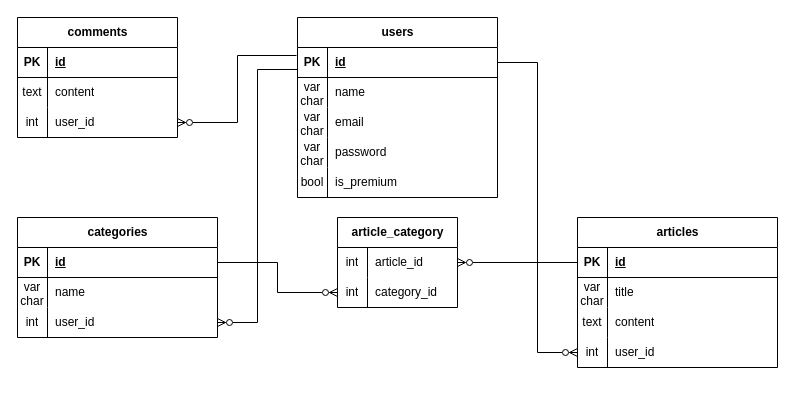
The draw.io diagram weblog-database.drawio in LeggyBoiTim/laravel-weblog, before the edit. Source tidied: cells renumbered, new cells numbered last; positions are measured from the earlier drawing's top-left corner, leaving out a move shared by most shapes. Both pictures are drawn from the tidied source at 100%, with x=0, y=0 at pixel (17, 17).
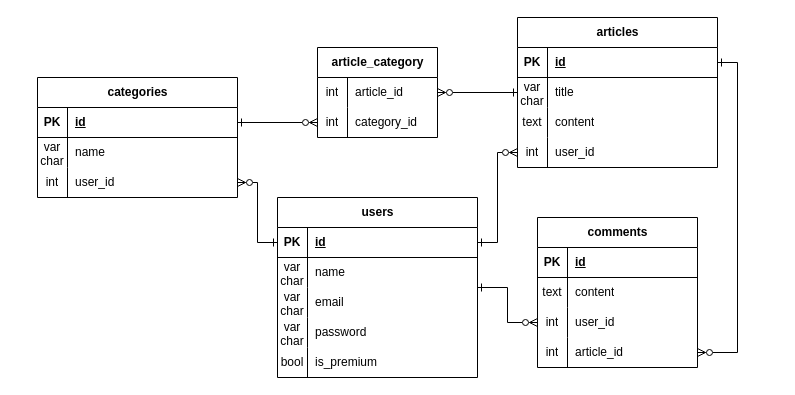
After the change.

Unchanged cells that the change refers to:
```xml
<mxCell id="3" style="shape=tableRow;horizontal=0;startSize=0;swimlaneHead=0;swimlaneBody=0;fillColor=none;points=[[0,0.5],[1,0.5]];portConstraint=eastwest;top=0;left=0;right=0;bottom=1;" parent="2" vertex="1">
  <mxGeometry y="30" width="200" height="30" as="geometry" />
</mxCell>
<mxCell id="19" style="shape=tableRow;horizontal=0;startSize=0;swimlaneHead=0;swimlaneBody=0;fillColor=none;points=[[0,0.5],[1,0.5]];portConstraint=eastwest;top=0;left=0;right=0;bottom=1;" parent="18" vertex="1">
  <mxGeometry y="30" width="200" height="30" as="geometry" />
</mxCell>
<mxCell id="28" style="shape=tableRow;horizontal=0;startSize=0;swimlaneHead=0;swimlaneBody=0;fillColor=none;points=[[0,0.5],[1,0.5]];portConstraint=eastwest;top=0;left=0;right=0;bottom=0;" parent="18" vertex="1">
  <mxGeometry y="120" width="200" height="30" as="geometry" />
</mxCell>
<mxCell id="32" style="shape=tableRow;horizontal=0;startSize=0;swimlaneHead=0;swimlaneBody=0;fillColor=none;points=[[0,0.5],[1,0.5]];portConstraint=eastwest;top=0;left=0;right=0;bottom=1;" parent="31" vertex="1">
  <mxGeometry y="30" width="200" height="30" as="geometry" />
</mxCell>
<mxCell id="38" style="shape=tableRow;horizontal=0;startSize=0;swimlaneHead=0;swimlaneBody=0;fillColor=none;points=[[0,0.5],[1,0.5]];portConstraint=eastwest;top=0;left=0;right=0;bottom=0;" parent="31" vertex="1">
  <mxGeometry y="90" width="200" height="30" as="geometry" />
</mxCell>
<mxCell id="48" style="shape=tableRow;horizontal=0;startSize=0;swimlaneHead=0;swimlaneBody=0;fillColor=none;points=[[0,0.5],[1,0.5]];portConstraint=eastwest;top=0;left=0;right=0;bottom=0;" parent="41" vertex="1">
  <mxGeometry y="90" width="160" height="30" as="geometry" />
</mxCell>
<mxCell id="55" style="shape=tableRow;horizontal=0;startSize=0;swimlaneHead=0;swimlaneBody=0;fillColor=none;points=[[0,0.5],[1,0.5]];portConstraint=eastwest;top=0;left=0;right=0;bottom=0;" parent="54" vertex="1">
  <mxGeometry y="30" width="120" height="30" as="geometry" />
</mxCell>
<mxCell id="58" style="shape=tableRow;horizontal=0;startSize=0;swimlaneHead=0;swimlaneBody=0;fillColor=none;points=[[0,0.5],[1,0.5]];portConstraint=eastwest;top=0;left=0;right=0;bottom=0;" parent="54" vertex="1">
  <mxGeometry y="60" width="120" height="30" as="geometry" />
</mxCell>
```

The edit, as a diff of the source:
```diff
@@
     <mxCell id="2" value="users" style="shape=table;startSize=30;childLayout=tableLayout;rowLines=0;fontStyle=1;align=center;html=1;" parent="1" vertex="1">
-      <mxGeometry x="280" width="200" height="180" as="geometry" />
+      <mxGeometry x="260" y="180" width="200" height="180" as="geometry" />
     </mxCell>
@@
     <mxCell id="18" value="articles" style="shape=table;startSize=30;childLayout=tableLayout;rowLines=0;fontStyle=1;align=center;html=1;" parent="1" vertex="1">
-      <mxGeometry x="560" y="200" width="200" height="150" as="geometry" />
+      <mxGeometry x="500" width="200" height="150" as="geometry" />
     </mxCell>
@@
     <mxCell id="31" value="categories" style="shape=table;startSize=30;childLayout=tableLayout;rowLines=0;fontStyle=1;align=center;html=1;" parent="1" vertex="1">
-      <mxGeometry y="200" width="200" height="120" as="geometry" />
+      <mxGeometry x="20" y="60" width="200" height="120" as="geometry" />
     </mxCell>
@@
     <mxCell id="41" value="comments" style="shape=table;startSize=30;childLayout=tableLayout;rowLines=0;fontStyle=1;align=center;html=1;" parent="1" vertex="1">
-      <mxGeometry width="160" height="120" as="geometry" />
+      <mxGeometry x="520" y="200" width="160" height="150" as="geometry" />
     </mxCell>
@@
+    <mxCell id="63" style="shape=tableRow;horizontal=0;startSize=0;swimlaneHead=0;swimlaneBody=0;fillColor=none;points=[[0,0.5],[1,0.5]];portConstraint=eastwest;top=0;left=0;right=0;bottom=0;" parent="41" vertex="1">
+      <mxGeometry y="120" width="160" height="30" as="geometry" />
+    </mxCell>
+    <mxCell id="64" value="int" style="shape=partialRectangle;fillColor=none;top=0;left=0;bottom=0;right=0;overflow=hidden;whiteSpace=wrap;html=1;" parent="63" vertex="1">
+      <mxGeometry width="30" height="30" as="geometry" />
+    </mxCell>
+    <mxCell id="65" value="article_id" style="shape=partialRectangle;fillColor=none;top=0;left=0;bottom=0;right=0;align=left;spacingLeft=6;overflow=hidden;whiteSpace=wrap;html=1;" parent="63" vertex="1">
+      <mxGeometry x="30" width="130" height="30" as="geometry" />
+    </mxCell>
-    <mxCell id="51" style="edgeStyle=orthogonalEdgeStyle;rounded=0;jettySize=auto;html=1;endArrow=ERzeroToMany;endFill=0;" parent="1" edge="1" source="3" target="28">
-      <mxGeometry relative="1" as="geometry" />
+    <mxCell id="51" style="edgeStyle=orthogonalEdgeStyle;rounded=0;jettySize=auto;html=1;endArrow=ERzeroToMany;endFill=0;startArrow=ERone;startFill=0;" parent="1" edge="1" source="3" target="28">
+      <mxGeometry relative="1" as="geometry">
+        <Array as="points">
+          <mxPoint x="480" y="225" />
+          <mxPoint x="480" y="135" />
+        </Array>
+      </mxGeometry>
     </mxCell>
-    <mxCell id="52" style="edgeStyle=orthogonalEdgeStyle;rounded=0;jettySize=auto;html=1;endArrow=ERzeroToMany;endFill=0;exitX=0;exitY=0.733;exitDx=0;exitDy=0;exitPerimeter=0;" parent="1" edge="1" source="3" target="38">
+    <mxCell id="52" style="edgeStyle=orthogonalEdgeStyle;rounded=0;jettySize=auto;html=1;endArrow=ERzeroToMany;endFill=0;startArrow=ERone;startFill=0;" parent="1" edge="1" source="3" target="38">
       <mxGeometry relative="1" as="geometry" />
     </mxCell>
-    <mxCell id="53" style="edgeStyle=orthogonalEdgeStyle;rounded=0;jettySize=auto;html=1;endArrow=ERzeroToMany;endFill=0;exitX=-0.005;exitY=0.267;exitDx=0;exitDy=0;exitPerimeter=0;" parent="1" edge="1" source="3" target="48">
-      <mxGeometry relative="1" as="geometry" />
-    </mxCell>
     <mxCell id="54" value="article_category" style="shape=table;startSize=30;childLayout=tableLayout;rowLines=0;fontStyle=1;align=center;html=1;" parent="1" vertex="1">
-      <mxGeometry x="320" y="200" width="120" height="90" as="geometry" />
+      <mxGeometry x="300" y="30" width="120" height="90" as="geometry" />
     </mxCell>
@@
-    <mxCell id="61" style="edgeStyle=orthogonalEdgeStyle;rounded=0;jettySize=auto;html=1;endArrow=ERzeroToMany;endFill=0;" parent="1" edge="1" source="32" target="58">
+    <mxCell id="61" style="edgeStyle=orthogonalEdgeStyle;rounded=0;jettySize=auto;html=1;endArrow=ERzeroToMany;endFill=0;startArrow=ERone;startFill=0;" parent="1" edge="1" source="32" target="58">
       <mxGeometry relative="1" as="geometry" />
     </mxCell>
-    <mxCell id="62" style="edgeStyle=orthogonalEdgeStyle;rounded=0;jettySize=auto;html=1;endArrow=ERzeroToMany;endFill=0;" parent="1" edge="1" source="19" target="55">
+    <mxCell id="62" style="edgeStyle=orthogonalEdgeStyle;rounded=0;jettySize=auto;html=1;endArrow=ERzeroToMany;endFill=0;startArrow=ERone;startFill=0;" parent="1" edge="1" source="18" target="55">
       <mxGeometry relative="1" as="geometry" />
     </mxCell>
+    <mxCell id="66" style="edgeStyle=orthogonalEdgeStyle;rounded=0;jettySize=auto;html=1;endArrow=ERzeroToMany;endFill=0;startArrow=ERone;startFill=0;" parent="1" edge="1" source="19" target="63">
+      <mxGeometry relative="1" as="geometry">
+        <Array as="points">
+          <mxPoint x="720" y="45" />
+          <mxPoint x="720" y="335" />
+        </Array>
+      </mxGeometry>
+    </mxCell>
+    <mxCell id="67" style="edgeStyle=orthogonalEdgeStyle;rounded=0;jettySize=auto;html=1;endArrow=ERzeroToMany;endFill=0;startArrow=ERone;startFill=0;" parent="1" edge="1" source="2" target="48">
+      <mxGeometry relative="1" as="geometry" />
+    </mxCell>
```
